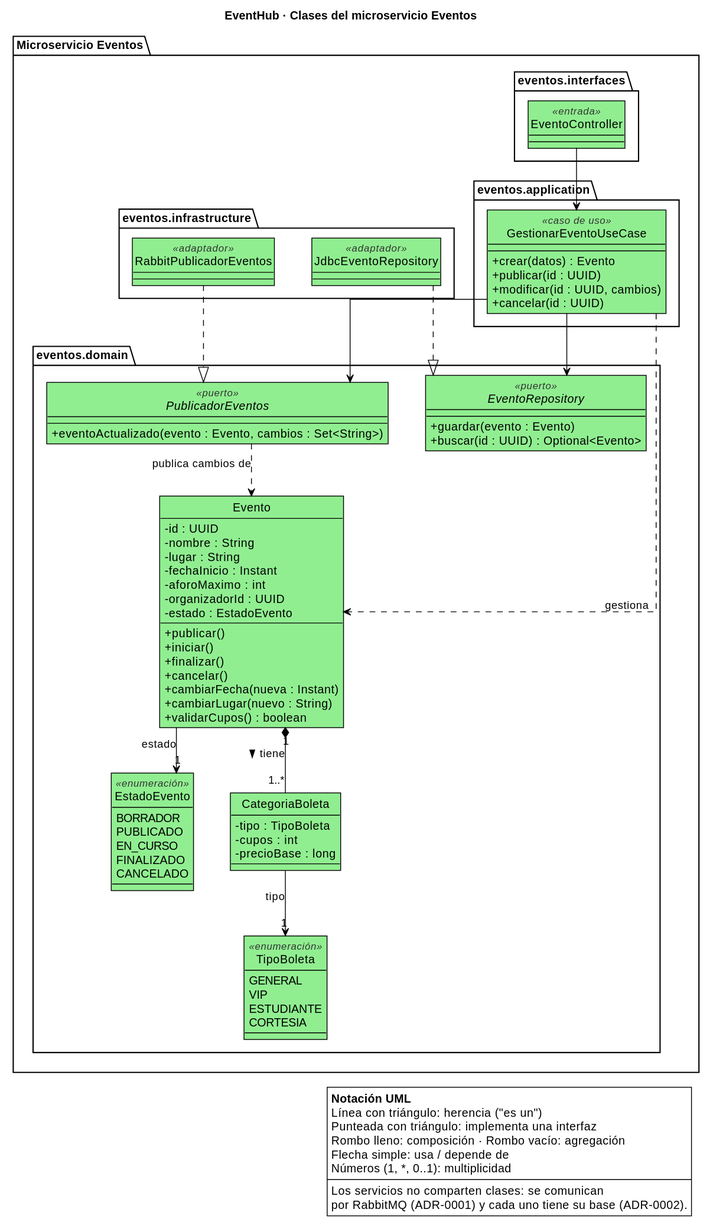
vargasesc17/EventHub keeps this PlantUML diagram as docs/diagramas/clases-eventos.svg. Above is the earlier version.
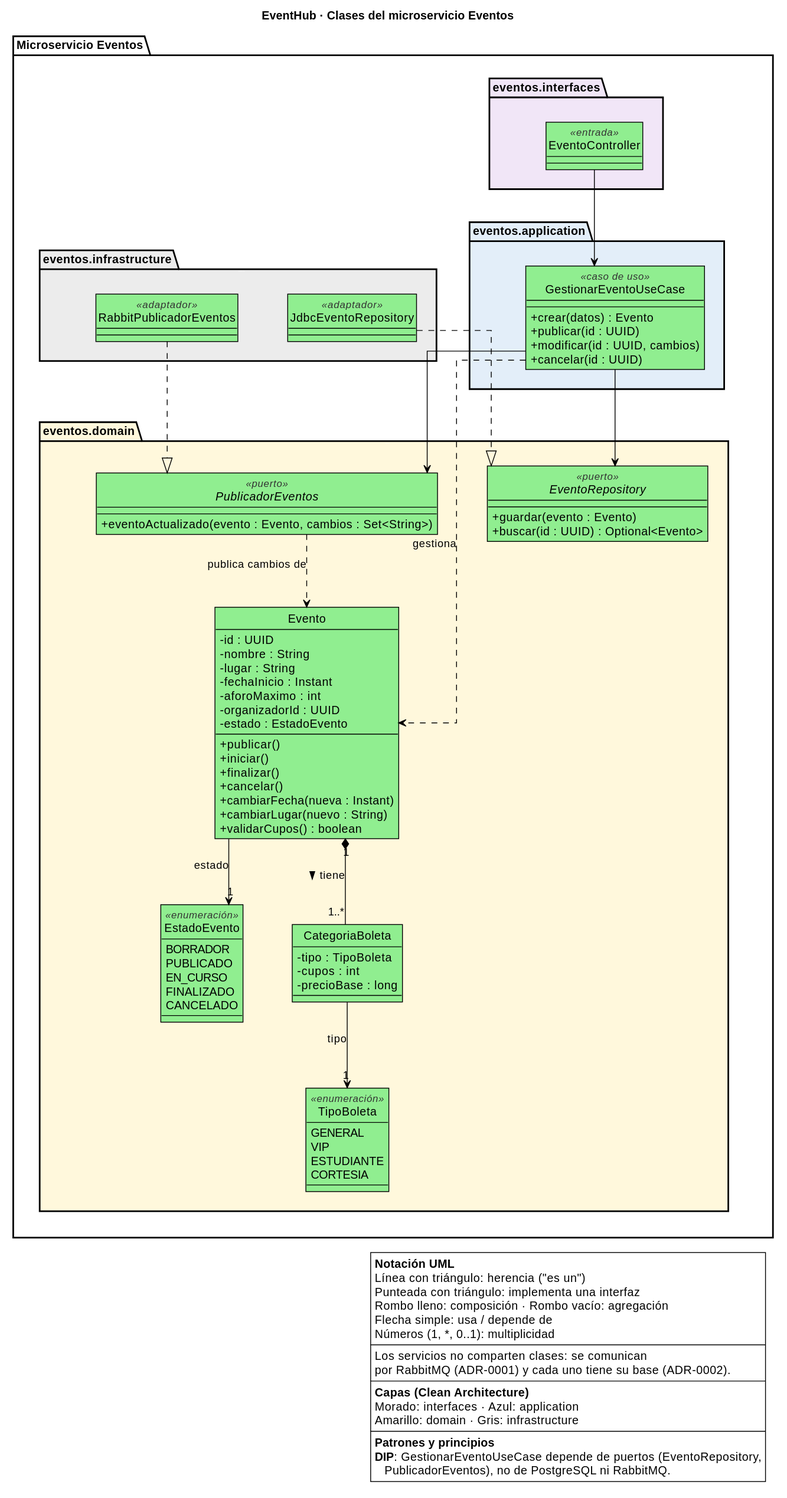
The same diagram one commit later.

Commit message:
docs(diagramas): separar capas por color y agrupar notas en la leyenda

Diff of the diagram source:
```diff
@@ -5,8 +5,8 @@
 skinparam linetype ortho
 skinparam classAttributeIconSize 0
 skinparam roundCorner 0
-skinparam nodesep 45
-skinparam ranksep 55
+skinparam nodesep 60
+skinparam ranksep 80
 skinparam defaultFontName Arial
 skinparam ArrowColor #000000
 hide circle
@@ -20,7 +20,15 @@
 skinparam package {
   BackgroundColor #FFFFFF
   BorderColor #000000
+  BorderThickness 2
   FontStyle bold
+  FontSize 14
+  BackgroundColor<<interfaces>> #F1E6F7
+  BackgroundColor<<application>> #E3EEF9
+  BackgroundColor<<domain>> #FFF8DC
+  BackgroundColor<<infrastructure>> #ECECEC
+  StereotypeFontColor #FFFFFF
+  StereotypeFontSize 1
 }
 skinparam note {
   BackgroundColor #FFFFFF
@@ -32,7 +40,7 @@
 }
 
 package "Microservicio Eventos" {
-  package "eventos.domain" as ev_dom {
+  package "eventos.domain" as ev_dom <<domain>> {
     enum EstadoEvento <<enumeración>> {
       BORRADOR
       PUBLICADO
@@ -75,7 +83,7 @@
       + eventoActualizado(evento : Evento, cambios : Set<String>)
     }
   }
-  package "eventos.application" as ev_app {
+  package "eventos.application" as ev_app <<application>> {
     class GestionarEventoUseCase <<caso de uso>> {
       + crear(datos) : Evento
       + publicar(id : UUID)
@@ -83,10 +91,10 @@
       + cancelar(id : UUID)
     }
   }
-  package "eventos.interfaces" as ev_int {
+  package "eventos.interfaces" as ev_int <<interfaces>> {
     class EventoController <<entrada>>
   }
-  package "eventos.infrastructure" as ev_inf {
+  package "eventos.infrastructure" as ev_inf <<infrastructure>> {
     class JdbcEventoRepository <<adaptador>>
     class RabbitPublicadorEventos <<adaptador>>
   }
@@ -104,6 +112,10 @@
 PublicadorEventos ..> Evento : publica cambios de
 
 
+ev_int -[hidden]down- ev_app
+ev_app -[hidden]down- ev_dom
+ev_inf -[hidden]down- ev_dom
+
 legend right
   **Notación UML**
   Línea con triángulo: herencia ("es un")
@@ -114,5 +126,13 @@
   ----
   Los servicios no comparten clases: se comunican
   por RabbitMQ (ADR-0001) y cada uno tiene su base (ADR-0002).
+  ----
+  **Capas (Clean Architecture)**
+  Morado: interfaces · Azul: application
+  Amarillo: domain · Gris: infrastructure
+  ----
+  **Patrones y principios**
+  **DIP**: GestionarEventoUseCase depende de puertos (EventoRepository,
+     PublicadorEventos), no de PostgreSQL ni RabbitMQ.
 endlegend
 @enduml
```
